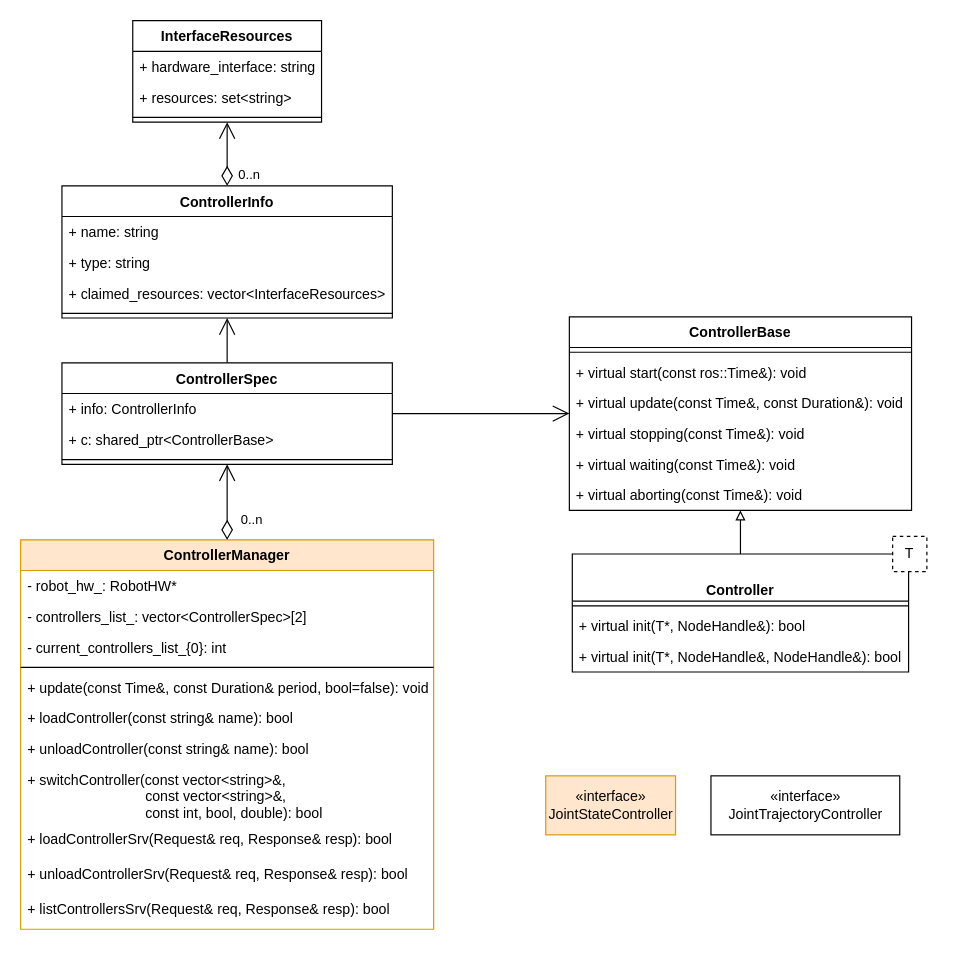
Before: page "Page-2" (2 of 2) of ros_control/ros_control.drawio in hitgavin/diagrams, a draw.io diagram. Source tidied: cells renumbered, new cells numbered last; positions are measured from the earlier drawing's top-left corner, leaving out a move shared by most shapes. Both pictures are drawn from the tidied source at 118%, with x=0, y=0 at pixel (20, 20).
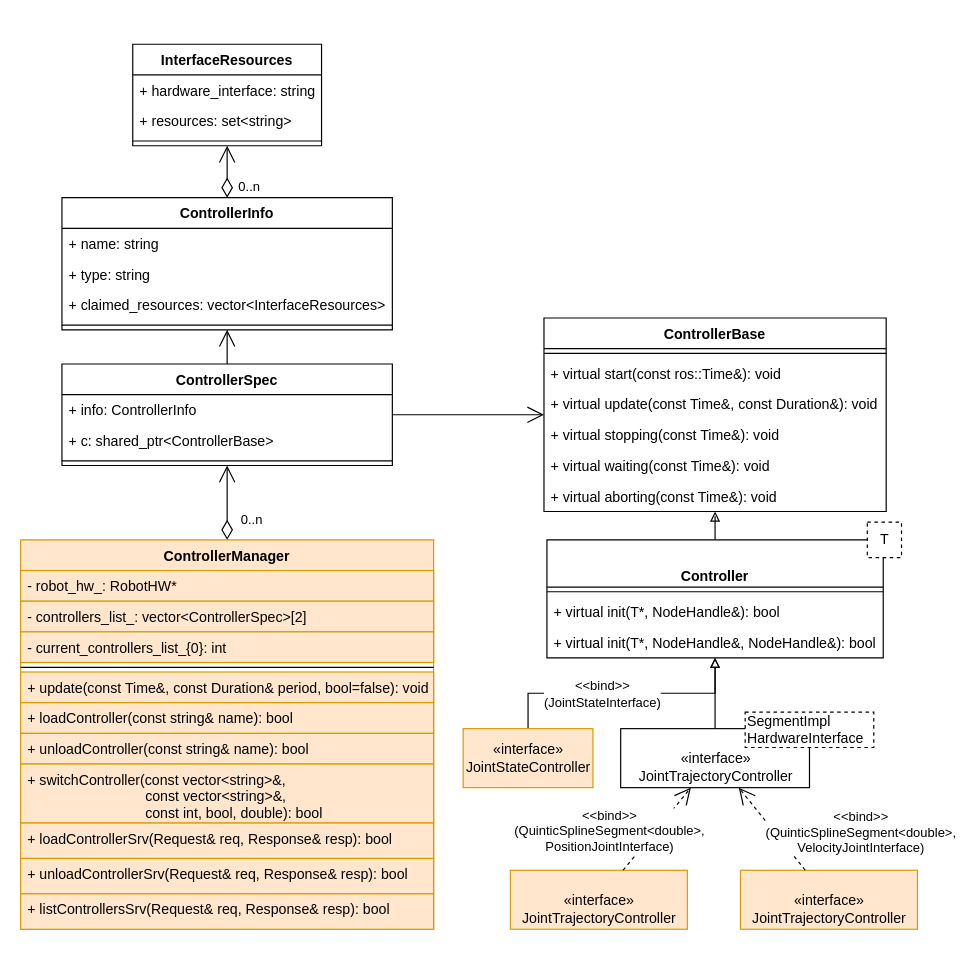
After the change.

Unchanged cells that the change refers to:
```xml
<mxCell id="25" value="ControllerManager" style="swimlane;fontStyle=1;align=center;verticalAlign=top;horizontal=1;startSize=26;fillColor=#ffe6cc;strokeColor=#d79b00;" parent="1" vertex="1">
  <mxGeometry y="440" width="350" height="330" as="geometry" />
</mxCell>
<mxCell id="41" value="Controller" style="swimlane;fontStyle=1;align=center;verticalAlign=bottom;horizontal=1;startSize=40;" parent="40" vertex="1">
  <mxGeometry y="15" width="285" height="100" as="geometry" />
</mxCell>
```

What changed in the source:
```diff
@@
     <mxCell id="2" value="InterfaceResources" style="swimlane;fontStyle=1;align=center;verticalAlign=top;horizontal=1;startSize=26;" parent="1" vertex="1">
-      <mxGeometry x="95" width="160" height="86" as="geometry" />
+      <mxGeometry x="95" y="20" width="160" height="86" as="geometry" />
     </mxCell>
@@
     <mxCell id="6" value="ControllerInfo" style="swimlane;fontStyle=1;align=center;verticalAlign=top;horizontal=1;startSize=26;" parent="1" vertex="1">
-      <mxGeometry x="35" y="140" width="280" height="112" as="geometry" />
+      <mxGeometry x="35" y="150" width="280" height="112" as="geometry" />
     </mxCell>
@@
     <mxCell id="13" value="ControllerSpec" style="swimlane;fontStyle=1;align=center;verticalAlign=top;horizontal=1;startSize=26;" parent="1" vertex="1">
-      <mxGeometry x="35" y="290" width="280" height="86" as="geometry" />
+      <mxGeometry x="35" y="291" width="280" height="86" as="geometry" />
     </mxCell>
@@
     <mxCell id="17" value="ControllerBase" style="swimlane;fontStyle=1;align=center;verticalAlign=top;horizontal=1;startSize=26;" parent="1" vertex="1">
-      <mxGeometry x="465" y="251" width="290" height="164" as="geometry" />
+      <mxGeometry x="443.5" y="252" width="290" height="164" as="geometry" />
     </mxCell>
@@
-    <mxCell id="26" value="- robot_hw_: RobotHW*" style="text;strokeColor=none;fillColor=none;align=left;verticalAlign=top;spacingLeft=4;spacingRight=4;overflow=hidden;" parent="25" vertex="1">
+    <mxCell id="26" value="- robot_hw_: RobotHW*" style="text;strokeColor=#d79b00;fillColor=#ffe6cc;align=left;verticalAlign=top;spacingLeft=4;spacingRight=4;overflow=hidden;" parent="25" vertex="1">
       <mxGeometry y="26" width="350" height="26" as="geometry" />
     </mxCell>
-    <mxCell id="27" value="- controllers_list_: vector&lt;ControllerSpec&gt;[2]" style="text;strokeColor=none;fillColor=none;align=left;verticalAlign=top;spacingLeft=4;spacingRight=4;overflow=hidden;" parent="25" vertex="1">
+    <mxCell id="27" value="- controllers_list_: vector&lt;ControllerSpec&gt;[2]" style="text;strokeColor=#d79b00;fillColor=#ffe6cc;align=left;verticalAlign=top;spacingLeft=4;spacingRight=4;overflow=hidden;" parent="25" vertex="1">
       <mxGeometry y="52" width="350" height="26" as="geometry" />
     </mxCell>
-    <mxCell id="28" value="- current_controllers_list_{0}: int" style="text;strokeColor=none;fillColor=none;align=left;verticalAlign=top;spacingLeft=4;spacingRight=4;overflow=hidden;" parent="25" vertex="1">
+    <mxCell id="28" value="- current_controllers_list_{0}: int" style="text;strokeColor=#d79b00;fillColor=#ffe6cc;align=left;verticalAlign=top;spacingLeft=4;spacingRight=4;overflow=hidden;" parent="25" vertex="1">
       <mxGeometry y="78" width="350" height="26" as="geometry" />
     </mxCell>
@@
-    <mxCell id="30" value="+ update(const Time&amp;, const Duration&amp; period, bool=false): void" style="text;strokeColor=none;fillColor=none;align=left;verticalAlign=top;spacingLeft=4;spacingRight=4;overflow=hidden;" parent="25" vertex="1">
+    <mxCell id="30" value="+ update(const Time&amp;, const Duration&amp; period, bool=false): void" style="text;strokeColor=#d79b00;fillColor=#ffe6cc;align=left;verticalAlign=top;spacingLeft=4;spacingRight=4;overflow=hidden;" parent="25" vertex="1">
       <mxGeometry y="112" width="350" height="26" as="geometry" />
     </mxCell>
-    <mxCell id="31" value="+ loadController(const string&amp; name): bool" style="text;strokeColor=none;fillColor=none;align=left;verticalAlign=top;spacingLeft=4;spacingRight=4;overflow=hidden;" parent="25" vertex="1">
+    <mxCell id="31" value="+ loadController(const string&amp; name): bool" style="text;strokeColor=#d79b00;fillColor=#ffe6cc;align=left;verticalAlign=top;spacingLeft=4;spacingRight=4;overflow=hidden;" parent="25" vertex="1">
       <mxGeometry y="138" width="350" height="26" as="geometry" />
     </mxCell>
-    <mxCell id="32" value="+ unloadController(const string&amp; name): bool" style="text;strokeColor=none;fillColor=none;align=left;verticalAlign=top;spacingLeft=4;spacingRight=4;overflow=hidden;" parent="25" vertex="1">
+    <mxCell id="32" value="+ unloadController(const string&amp; name): bool" style="text;strokeColor=#d79b00;fillColor=#ffe6cc;align=left;verticalAlign=top;spacingLeft=4;spacingRight=4;overflow=hidden;" parent="25" vertex="1">
       <mxGeometry y="164" width="350" height="26" as="geometry" />
     </mxCell>
-    <mxCell id="33" value="+ switchController(const vector&lt;string&gt;&amp;,&#10;                              const vector&lt;string&gt;&amp;,&#10;                              const int, bool, double): bool" style="text;strokeColor=none;fillColor=none;align=left;verticalAlign=top;spacingLeft=4;spacingRight=4;overflow=hidden;" parent="25" vertex="1">
+    <mxCell id="33" value="+ switchController(const vector&lt;string&gt;&amp;,&#10;                              const vector&lt;string&gt;&amp;,&#10;                              const int, bool, double): bool" style="text;strokeColor=#d79b00;fillColor=#ffe6cc;align=left;verticalAlign=top;spacingLeft=4;spacingRight=4;overflow=hidden;" parent="25" vertex="1">
       <mxGeometry y="190" width="350" height="50" as="geometry" />
     </mxCell>
-    <mxCell id="34" value="+ loadControllerSrv(Request&amp; req, Response&amp; resp): bool" style="text;strokeColor=none;fillColor=none;align=left;verticalAlign=top;spacingLeft=4;spacingRight=4;overflow=hidden;" parent="25" vertex="1">
+    <mxCell id="34" value="+ loadControllerSrv(Request&amp; req, Response&amp; resp): bool" style="text;strokeColor=#d79b00;fillColor=#ffe6cc;align=left;verticalAlign=top;spacingLeft=4;spacingRight=4;overflow=hidden;" parent="25" vertex="1">
       <mxGeometry y="240" width="350" height="30" as="geometry" />
     </mxCell>
-    <mxCell id="35" value="+ unloadControllerSrv(Request&amp; req, Response&amp; resp): bool" style="text;strokeColor=none;fillColor=none;align=left;verticalAlign=top;spacingLeft=4;spacingRight=4;overflow=hidden;" parent="25" vertex="1">
+    <mxCell id="35" value="+ unloadControllerSrv(Request&amp; req, Response&amp; resp): bool" style="text;strokeColor=#d79b00;fillColor=#ffe6cc;align=left;verticalAlign=top;spacingLeft=4;spacingRight=4;overflow=hidden;" parent="25" vertex="1">
       <mxGeometry y="270" width="350" height="30" as="geometry" />
     </mxCell>
-    <mxCell id="36" value="+ listControllersSrv(Request&amp; req, Response&amp; resp): bool" style="text;strokeColor=none;fillColor=none;align=left;verticalAlign=top;spacingLeft=4;spacingRight=4;overflow=hidden;" parent="25" vertex="1">
+    <mxCell id="36" value="+ listControllersSrv(Request&amp; req, Response&amp; resp): bool" style="text;strokeColor=#d79b00;fillColor=#ffe6cc;align=left;verticalAlign=top;spacingLeft=4;spacingRight=4;overflow=hidden;" parent="25" vertex="1">
       <mxGeometry y="300" width="350" height="30" as="geometry" />
     </mxCell>
@@
     <mxCell id="40" style="group;" parent="1" vertex="1">
-      <mxGeometry x="467.5" y="437" width="300.5" height="115" as="geometry" />
+      <mxGeometry x="446" y="425" width="300.5" height="115" as="geometry" />
     </mxCell>
@@
+    <mxCell id="48" style="edgeStyle=orthogonalEdgeStyle;rounded=0;jettySize=auto;html=1;fontColor=#000000;endArrow=block;endFill=0;" parent="1" edge="1" source="46" target="41">
+      <mxGeometry relative="1" as="geometry" />
+    </mxCell>
+    <mxCell id="49" value="&amp;lt;&amp;lt;bind&amp;gt;&amp;gt;&lt;br&gt;(JointStateInterface)" style="edgeLabel;html=1;align=center;verticalAlign=middle;fontColor=#000000;" parent="48" vertex="1">
+      <mxGeometry x="-0.16" relative="1" as="geometry" />
+    </mxCell>
     <mxCell id="46" value="«interface»&lt;br&gt;&lt;font color=&quot;#010103&quot;&gt;JointStateController&lt;/font&gt;" style="html=1;fillColor=#ffe6cc;strokeColor=#d79b00;" parent="1" vertex="1">
-      <mxGeometry x="445" y="640" width="110" height="50" as="geometry" />
+      <mxGeometry x="375" y="600" width="110" height="50" as="geometry" />
     </mxCell>
+    <mxCell id="50" style="edgeStyle=orthogonalEdgeStyle;rounded=0;jettySize=auto;html=1;fontColor=#000000;endArrow=block;endFill=0;" parent="1" edge="1" source="47" target="41">
+      <mxGeometry relative="1" as="geometry" />
+    </mxCell>
-    <mxCell id="47" value="«interface»&lt;br&gt;&lt;span style=&quot;background-color: rgb(255 , 255 , 255)&quot;&gt;JointTrajectoryController&lt;/span&gt;" style="html=1;" parent="1" vertex="1">
-      <mxGeometry x="585" y="640" width="160" height="50" as="geometry" />
+    <mxCell id="47" value="«interface»&lt;br&gt;&lt;span style=&quot;background-color: rgb(255 , 255 , 255)&quot;&gt;JointTrajectoryController&lt;/span&gt;" style="html=1;verticalAlign=bottom;" parent="1" vertex="1">
+      <mxGeometry x="508.5" y="600" width="160" height="50" as="geometry" />
     </mxCell>
+    <mxCell id="51" value="SegmentImpl&lt;br&gt;HardwareInterface" style="rounded=0;whiteSpace=wrap;html=1;dashed=1;align=left;" parent="1" vertex="1">
+      <mxGeometry x="614" y="586" width="109" height="30" as="geometry" />
+    </mxCell>
+    <mxCell id="52" value="«interface»&lt;br&gt;JointTrajectoryController" style="html=1;verticalAlign=bottom;fillColor=#ffe6cc;strokeColor=#d79b00;" parent="1" vertex="1">
+      <mxGeometry x="415" y="720" width="150" height="50" as="geometry" />
+    </mxCell>
+    <mxCell id="53" value="«interface»&lt;br&gt;JointTrajectoryController" style="html=1;verticalAlign=bottom;fillColor=#ffe6cc;strokeColor=#d79b00;" parent="1" vertex="1">
+      <mxGeometry x="610" y="720" width="150" height="50" as="geometry" />
+    </mxCell>
+    <mxCell id="54" value="&amp;lt;&amp;lt;bind&amp;gt;&amp;gt;&lt;br&gt;(QuinticSplineSegment&amp;lt;double&amp;gt;,&lt;br&gt;PositionJointInterface)" style="endArrow=open;endSize=12;dashed=1;html=1;rounded=0;fontColor=#000000;" parent="1" edge="1" source="52" target="47">
+      <mxGeometry x="-0.61" y="30" relative="1" as="geometry" />
+    </mxCell>
+    <mxCell id="55" value="&amp;lt;&amp;lt;bind&amp;gt;&amp;gt;&lt;br&gt;(QuinticSplineSegment&amp;lt;double&amp;gt;,&lt;br&gt;VelocityJointInterface)" style="endArrow=open;endSize=12;dashed=1;html=1;rounded=0;fontColor=#000000;" parent="1" edge="1" source="53" target="47">
+      <mxGeometry x="-1" y="-57" relative="1" as="geometry">
+        <mxPoint x="3" y="4" as="offset" />
+      </mxGeometry>
+    </mxCell>
```
